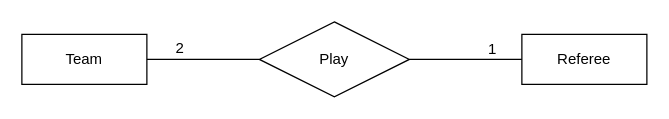
Before: page "Page-2" (2 of 3) of Practice 2/Zakirullin/practice2_2.drawio in kseniashilova/BD_B2019_PING_6, a draw.io diagram. Source tidied: cells renumbered, new cells numbered last; positions are measured from the earlier drawing's top-left corner, leaving out a move shared by most shapes. Both pictures are drawn from the tidied source at 125%, with x=0, y=0 at pixel (21, 21).
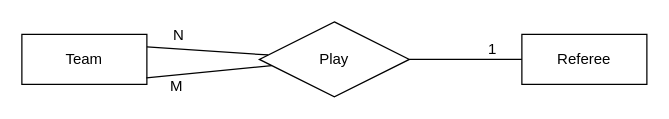
The same page after the edit.

Commit message (it also covers changes not shown here):
Practice 2: task 2.2: fixed functionalities

The edit, as a diff of the source:
```diff
@@
 <mxGraphModel>
   <root>
     <mxCell id="0" />
     <mxCell id="1" parent="0" />
     <mxCell id="2" value="Team" style="whiteSpace=wrap;html=1;align=center;" parent="1" vertex="1">
       <mxGeometry y="10" width="100" height="40" as="geometry" />
     </mxCell>
     <mxCell id="3" value="Referee" style="whiteSpace=wrap;html=1;align=center;" parent="1" vertex="1">
       <mxGeometry x="400" y="10" width="100" height="40" as="geometry" />
     </mxCell>
     <mxCell id="4" value="Play" style="shape=rhombus;perimeter=rhombusPerimeter;whiteSpace=wrap;html=1;align=center;" parent="1" vertex="1">
       <mxGeometry x="190" width="120" height="60" as="geometry" />
     </mxCell>
-    <mxCell id="5" style="endArrow=none;html=1;rounded=0;" parent="1" edge="1" source="4" target="2">
+    <mxCell id="5" style="endArrow=none;html=1;rounded=0;entryX=1;entryY=0.25;entryDx=0;entryDy=0;" parent="1" edge="1" source="4" target="2">
       <mxGeometry relative="1" as="geometry" />
     </mxCell>
-    <mxCell id="6" value="2" style="html=1;align=right;verticalAlign=bottom;" parent="5" vertex="1">
+    <mxCell id="6" value="N" style="html=1;align=right;verticalAlign=bottom;" parent="5" vertex="1">
       <mxGeometry x="1" relative="1" as="geometry">
         <mxPoint x="30" y="-1" as="offset" />
       </mxGeometry>
     </mxCell>
     <mxCell id="7" style="endArrow=none;html=1;rounded=0;" parent="1" edge="1" source="4" target="3">
       <mxGeometry relative="1" as="geometry" />
     </mxCell>
     <mxCell id="8" value="1" style="html=1;align=right;verticalAlign=bottom;" parent="7" vertex="1">
       <mxGeometry x="1" relative="1" as="geometry">
         <mxPoint x="-20" as="offset" />
       </mxGeometry>
     </mxCell>
+    <mxCell id="9" style="endArrow=none;html=1;rounded=0;entryX=0.996;entryY=0.871;entryDx=0;entryDy=0;entryPerimeter=0;" parent="1" edge="1" source="4" target="2">
+      <mxGeometry relative="1" as="geometry" />
+    </mxCell>
+    <mxCell id="10" value="M" style="html=1;align=right;verticalAlign=bottom;" parent="9" vertex="1">
+      <mxGeometry x="1" relative="1" as="geometry">
+        <mxPoint x="30" y="15" as="offset" />
+      </mxGeometry>
+    </mxCell>
   </root>
 </mxGraphModel>
```
